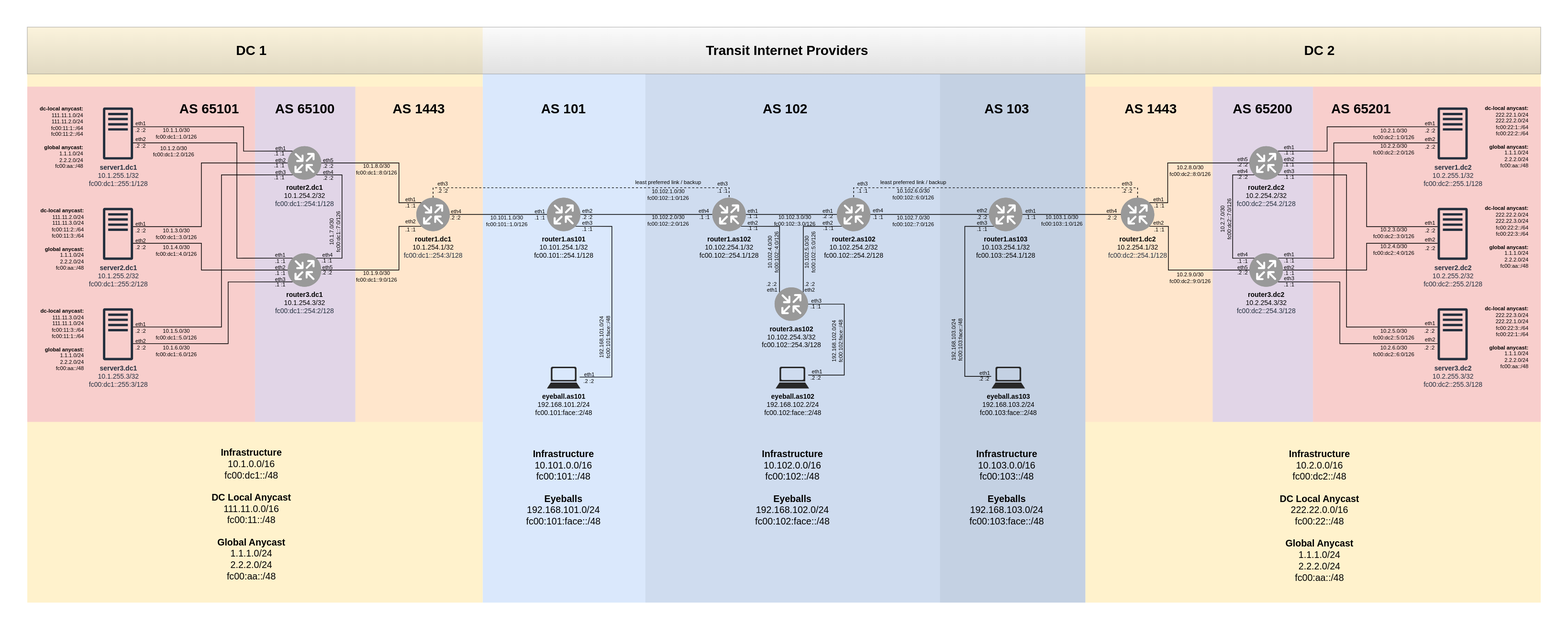
The draw.io diagram diagram-details.drawio.svg in antonu17/lab-bgp-anycast, before a commit. Source tidied: cells renumbered, new cells last; positions are measured from the earlier drawing's top-left corner, leaving out a move shared by most shapes.
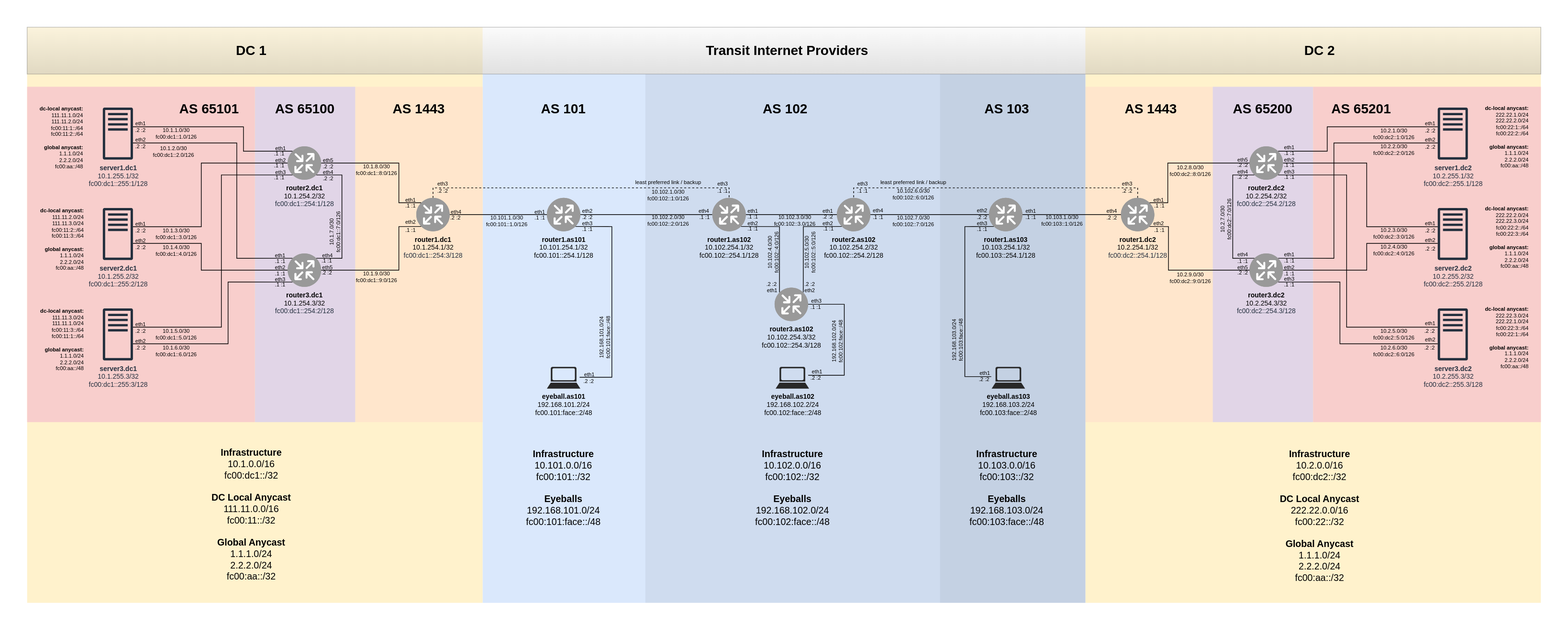
After the change.

Change to the diagram source:
```diff
@@ -783,16 +783,16 @@
     <mxCell id="220" value=".2 :2" style="text;html=1;align=right;verticalAlign=top;strokeColor=none;fillColor=none;fontSize=8;fontFamily=Helvetica;fontColor=default;" parent="1" vertex="1">
       <mxGeometry x="1438" y="554.5" width="40" height="20" as="geometry" />
     </mxCell>
-    <mxCell id="221" value="&lt;b style=&quot;font-size: 14px;&quot;&gt;Infrastructure&lt;/b&gt;&lt;br style=&quot;font-size: 14px;&quot;&gt;10.1.0.0/16&lt;br&gt;fc00:dc1::/48&lt;br&gt;&lt;br&gt;&lt;b style=&quot;border-color: var(--border-color);&quot;&gt;DC Local Anycast&lt;/b&gt;&lt;br style=&quot;border-color: var(--border-color);&quot;&gt;111.11.0.0/16&lt;br style=&quot;border-color: var(--border-color);&quot;&gt;fc00:11::/48&lt;br&gt;&lt;br&gt;&lt;b style=&quot;border-color: var(--border-color);&quot;&gt;Global Anycast&lt;/b&gt;&lt;br style=&quot;border-color: var(--border-color);&quot;&gt;1.1.1.0/24&lt;br style=&quot;border-color: var(--border-color);&quot;&gt;2.2.2.0/24&lt;br style=&quot;border-color: var(--border-color);&quot;&gt;fc00:aa::/48" style="text;html=1;strokeColor=none;fillColor=none;align=center;verticalAlign=top;whiteSpace=wrap;rounded=0;fontSize=14;" parent="1" vertex="1">
+    <mxCell id="221" value="&lt;b style=&quot;font-size: 14px;&quot;&gt;Infrastructure&lt;/b&gt;&lt;br style=&quot;font-size: 14px;&quot;&gt;10.1.0.0/16&lt;br&gt;fc00:dc1::/32&lt;br&gt;&lt;br&gt;&lt;b style=&quot;border-color: var(--border-color);&quot;&gt;DC Local Anycast&lt;/b&gt;&lt;br style=&quot;border-color: var(--border-color);&quot;&gt;111.11.0.0/16&lt;br style=&quot;border-color: var(--border-color);&quot;&gt;fc00:11::/32&lt;br&gt;&lt;br&gt;&lt;b style=&quot;border-color: var(--border-color);&quot;&gt;Global Anycast&lt;/b&gt;&lt;br style=&quot;border-color: var(--border-color);&quot;&gt;1.1.1.0/24&lt;br style=&quot;border-color: var(--border-color);&quot;&gt;2.2.2.0/24&lt;br style=&quot;border-color: var(--border-color);&quot;&gt;fc00:aa::/32" style="text;html=1;strokeColor=none;fillColor=none;align=center;verticalAlign=top;whiteSpace=wrap;rounded=0;fontSize=14;" parent="1" vertex="1">
       <mxGeometry x="305" y="661" width="140" height="220" as="geometry" />
     </mxCell>
-    <mxCell id="222" value="&lt;b style=&quot;font-size: 14px;&quot;&gt;Infrastructure&lt;/b&gt;&lt;br style=&quot;font-size: 14px;&quot;&gt;10.101.0.0/16&lt;br&gt;fc00:101::/48&lt;br&gt;&lt;br&gt;&lt;b style=&quot;border-color: var(--border-color);&quot;&gt;Eyeballs&lt;/b&gt;&lt;br style=&quot;border-color: var(--border-color);&quot;&gt;192.168.101.0/24&lt;br style=&quot;border-color: var(--border-color);&quot;&gt;fc00:101:face::/48" style="text;html=1;strokeColor=none;fillColor=none;align=center;verticalAlign=top;whiteSpace=wrap;rounded=0;fontSize=14;" parent="1" vertex="1">
+    <mxCell id="222" value="&lt;b style=&quot;font-size: 14px;&quot;&gt;Infrastructure&lt;/b&gt;&lt;br style=&quot;font-size: 14px;&quot;&gt;10.101.0.0/16&lt;br&gt;fc00:101::/32&lt;br&gt;&lt;br&gt;&lt;b style=&quot;border-color: var(--border-color);&quot;&gt;Eyeballs&lt;/b&gt;&lt;br style=&quot;border-color: var(--border-color);&quot;&gt;192.168.101.0/24&lt;br style=&quot;border-color: var(--border-color);&quot;&gt;fc00:101:face::/48" style="text;html=1;strokeColor=none;fillColor=none;align=center;verticalAlign=top;whiteSpace=wrap;rounded=0;fontSize=14;" parent="1" vertex="1">
       <mxGeometry x="776" y="663" width="130" height="130" as="geometry" />
     </mxCell>
-    <mxCell id="223" value="&lt;b style=&quot;font-size: 14px;&quot;&gt;Infrastructure&lt;/b&gt;&lt;br style=&quot;font-size: 14px;&quot;&gt;10.102.0.0/16&lt;br&gt;fc00:102::/48&lt;br&gt;&lt;br&gt;&lt;b style=&quot;border-color: var(--border-color);&quot;&gt;Eyeballs&lt;/b&gt;&lt;br style=&quot;border-color: var(--border-color);&quot;&gt;192.168.102.0/24&lt;br style=&quot;border-color: var(--border-color);&quot;&gt;fc00:102:face::/48" style="text;html=1;strokeColor=none;fillColor=none;align=center;verticalAlign=top;whiteSpace=wrap;rounded=0;fontSize=14;" parent="1" vertex="1">
+    <mxCell id="223" value="&lt;b style=&quot;font-size: 14px;&quot;&gt;Infrastructure&lt;/b&gt;&lt;br style=&quot;font-size: 14px;&quot;&gt;10.102.0.0/16&lt;br&gt;fc00:102::/32&lt;br&gt;&lt;br&gt;&lt;b style=&quot;border-color: var(--border-color);&quot;&gt;Eyeballs&lt;/b&gt;&lt;br style=&quot;border-color: var(--border-color);&quot;&gt;192.168.102.0/24&lt;br style=&quot;border-color: var(--border-color);&quot;&gt;fc00:102:face::/48" style="text;html=1;strokeColor=none;fillColor=none;align=center;verticalAlign=top;whiteSpace=wrap;rounded=0;fontSize=14;" parent="1" vertex="1">
       <mxGeometry x="1117.5" y="663" width="130" height="130" as="geometry" />
     </mxCell>
-    <mxCell id="224" value="&lt;b style=&quot;font-size: 14px;&quot;&gt;Infrastructure&lt;/b&gt;&lt;br style=&quot;font-size: 14px;&quot;&gt;10.103.0.0/16&lt;br&gt;fc00:103::/48&lt;br&gt;&lt;br&gt;&lt;b style=&quot;border-color: var(--border-color);&quot;&gt;Eyeballs&lt;/b&gt;&lt;br style=&quot;border-color: var(--border-color);&quot;&gt;192.168.103.0/24&lt;br style=&quot;border-color: var(--border-color);&quot;&gt;fc00:103:face::/48" style="text;html=1;strokeColor=none;fillColor=none;align=center;verticalAlign=top;whiteSpace=wrap;rounded=0;fontSize=14;" parent="1" vertex="1">
+    <mxCell id="224" value="&lt;b style=&quot;font-size: 14px;&quot;&gt;Infrastructure&lt;/b&gt;&lt;br style=&quot;font-size: 14px;&quot;&gt;10.103.0.0/16&lt;br&gt;fc00:103::/32&lt;br&gt;&lt;br&gt;&lt;b style=&quot;border-color: var(--border-color);&quot;&gt;Eyeballs&lt;/b&gt;&lt;br style=&quot;border-color: var(--border-color);&quot;&gt;192.168.103.0/24&lt;br style=&quot;border-color: var(--border-color);&quot;&gt;fc00:103:face::/48" style="text;html=1;strokeColor=none;fillColor=none;align=center;verticalAlign=top;whiteSpace=wrap;rounded=0;fontSize=14;" parent="1" vertex="1">
       <mxGeometry x="1418" y="663" width="170" height="130" as="geometry" />
     </mxCell>
     <mxCell id="225" style="rounded=0;whiteSpace=wrap;html=1;shadow=0;sketch=0;fillStyle=auto;strokeWidth=1;fontFamily=Helvetica;fontSize=8;fillColor=#f5f5f5;strokeColor=#666666;opacity=40;gradientColor=#b3b3b3;verticalAlign=top;" parent="1" vertex="1">
@@ -819,7 +819,7 @@
     <mxCell id="232" value="AS 65201" style="text;html=1;strokeColor=none;fillColor=none;align=center;verticalAlign=top;whiteSpace=wrap;rounded=0;fontStyle=1;fontSize=20;" parent="1" vertex="1">
       <mxGeometry x="1976.5" y="143" width="110" height="40" as="geometry" />
     </mxCell>
-    <mxCell id="233" value="&lt;b style=&quot;font-size: 14px;&quot;&gt;Infrastructure&lt;/b&gt;&lt;br style=&quot;font-size: 14px;&quot;&gt;10.2.0.0/16&lt;br&gt;fc00:dc2::/48&lt;br&gt;&lt;br&gt;&lt;b style=&quot;border-color: var(--border-color);&quot;&gt;DC Local Anycast&lt;/b&gt;&lt;br style=&quot;border-color: var(--border-color);&quot;&gt;222.22.0.0/16&lt;br style=&quot;border-color: var(--border-color);&quot;&gt;fc00:22::/48&lt;br&gt;&lt;br&gt;&lt;b style=&quot;border-color: var(--border-color);&quot;&gt;Global Anycast&lt;/b&gt;&lt;br style=&quot;border-color: var(--border-color);&quot;&gt;1.1.1.0/24&lt;br style=&quot;border-color: var(--border-color);&quot;&gt;2.2.2.0/24&lt;br style=&quot;border-color: var(--border-color);&quot;&gt;fc00:aa::/48" style="text;html=1;strokeColor=none;fillColor=none;align=center;verticalAlign=top;whiteSpace=wrap;rounded=0;fontSize=14;" parent="1" vertex="1">
+    <mxCell id="233" value="&lt;b style=&quot;font-size: 14px;&quot;&gt;Infrastructure&lt;/b&gt;&lt;br style=&quot;font-size: 14px;&quot;&gt;10.2.0.0/16&lt;br&gt;fc00:dc2::/32&lt;br&gt;&lt;br&gt;&lt;b style=&quot;border-color: var(--border-color);&quot;&gt;DC Local Anycast&lt;/b&gt;&lt;br style=&quot;border-color: var(--border-color);&quot;&gt;222.22.0.0/16&lt;br style=&quot;border-color: var(--border-color);&quot;&gt;fc00:22::/32&lt;br&gt;&lt;br&gt;&lt;b style=&quot;border-color: var(--border-color);&quot;&gt;Global Anycast&lt;/b&gt;&lt;br style=&quot;border-color: var(--border-color);&quot;&gt;1.1.1.0/24&lt;br style=&quot;border-color: var(--border-color);&quot;&gt;2.2.2.0/24&lt;br style=&quot;border-color: var(--border-color);&quot;&gt;fc00:aa::/32" style="text;html=1;strokeColor=none;fillColor=none;align=center;verticalAlign=top;whiteSpace=wrap;rounded=0;fontSize=14;" parent="1" vertex="1">
       <mxGeometry x="1900" y="663" width="140" height="220" as="geometry" />
     </mxCell>
     <mxCell id="234" value="&lt;b&gt;dc-local anycast:&lt;/b&gt;&lt;br&gt;111.11.2.0/24&lt;br&gt;111.11.3.0/24&lt;br&gt;fc00:11:2::/64&lt;br style=&quot;border-color: var(--border-color);&quot;&gt;fc00:11:3::/64&lt;br&gt;&lt;br&gt;&lt;b&gt;global anycast:&lt;/b&gt;&lt;br&gt;1.1.1.0/24&lt;br&gt;2.2.2.0/24&lt;br&gt;fc00:aa::/48" style="text;html=1;strokeColor=none;fillColor=none;align=right;verticalAlign=top;whiteSpace=wrap;rounded=0;shadow=0;sketch=0;fillStyle=auto;strokeWidth=1;fontFamily=Helvetica;fontSize=8;fontColor=default;" parent="1" vertex="1">
```
